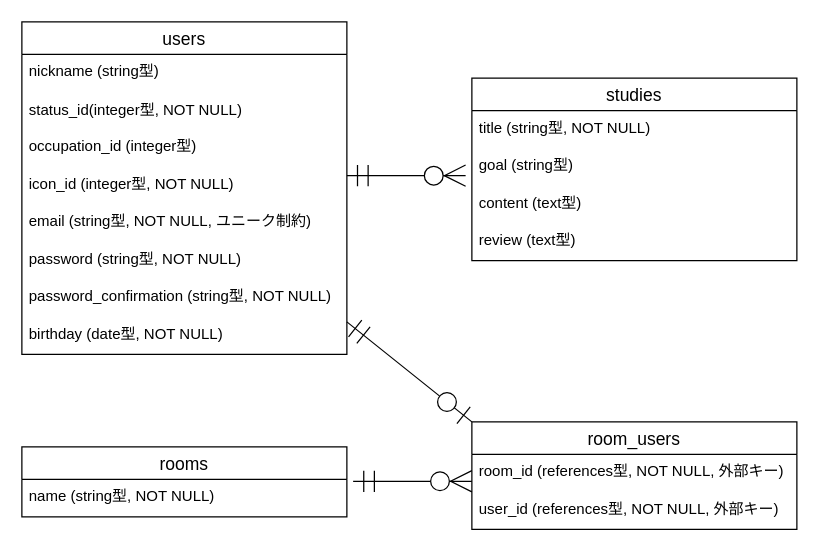
The draw.io diagram ER.dio in Kota-A-179/study_room, before the edit. Source tidied: cells renumbered, new cells numbered last; positions are measured from the earlier drawing's top-left corner, leaving out a move shared by most shapes. Both pictures are drawn from the tidied source at 125%, with x=0, y=0 at pixel (21, 21).
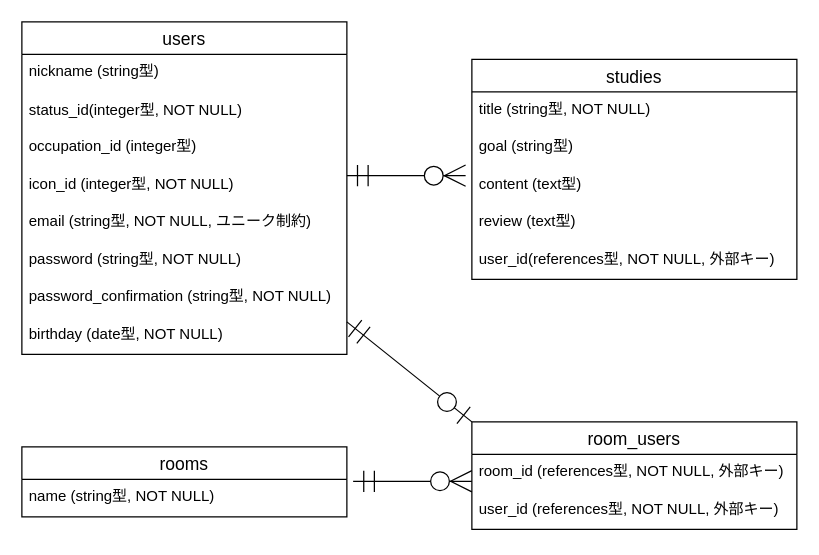
The same page after the edit.

What changed in the source:
```diff
@@
     <mxCell id="11" value="studies" style="swimlane;fontStyle=0;horizontal=1;startSize=26;align=center;fontSize=14;" parent="1" vertex="1">
-      <mxGeometry x="360" y="45" width="260" height="146" as="geometry" />
+      <mxGeometry x="360" y="30" width="260" height="176" as="geometry" />
     </mxCell>
@@
+    <mxCell id="24" value="user_id(references型, NOT NULL, 外部キー)" style="text;strokeColor=none;fillColor=none;spacingLeft=4;spacingRight=4;overflow=hidden;fontSize=12;" parent="11" vertex="1">
+      <mxGeometry y="146" width="260" height="30" as="geometry" />
+    </mxCell>
```
